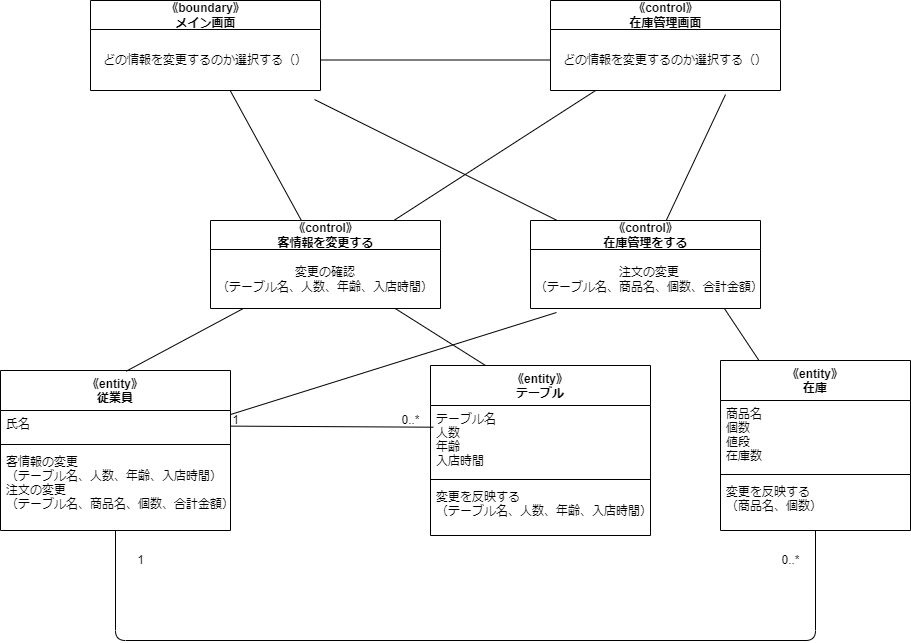
MasakiHiguchi/--- keeps this draw.io diagram as psp4/分析モデルのクラス図/分析モデルクラス図_情報変更.drawio.png. Above is the earlier version. Source tidied: cells renumbered, new cells last; positions are measured from the earlier drawing's top-left corner, leaving out a move shared by most shapes. Source of this version:
```xml
<mxGraphModel>
  <root>
    <mxCell id="0" />
    <mxCell id="1" parent="0" />
    <mxCell id="2" style="edgeStyle=none;html=1;entryX=0.113;entryY=1.068;entryDx=0;entryDy=0;entryPerimeter=0;endArrow=none;endFill=0;" parent="1" edge="1" source="3" target="28">
      <mxGeometry relative="1" as="geometry" />
    </mxCell>
    <mxCell id="3" value="《entity》&#10;従業員" style="swimlane;fontStyle=1;align=center;verticalAlign=top;horizontal=1;startSize=40;" parent="1" vertex="1">
      <mxGeometry y="370" width="230" height="160" as="geometry" />
    </mxCell>
    <mxCell id="4" value="氏名" style="text;strokeColor=none;fillColor=none;align=left;verticalAlign=top;spacingLeft=4;spacingRight=4;overflow=hidden;points=[[0,0.5],[1,0.5]];portConstraint=eastwest;" parent="3" vertex="1">
      <mxGeometry y="40" width="230" height="30" as="geometry" />
    </mxCell>
    <mxCell id="5" style="line;strokeWidth=1;fillColor=none;align=left;verticalAlign=middle;spacingTop=-1;spacingLeft=3;spacingRight=3;labelPosition=right;strokeColor=inherit;" parent="3" vertex="1">
      <mxGeometry y="70" width="230" height="8" as="geometry" />
    </mxCell>
    <mxCell id="6" value="客情報の変更&#10;（テーブル名、人数、年齢、入店時間）&#10;注文の変更&#10;（テーブル名、商品名、個数、合計金額）" style="text;strokeColor=none;fillColor=none;align=left;verticalAlign=top;spacingLeft=4;spacingRight=4;overflow=hidden;" parent="3" vertex="1">
      <mxGeometry y="78" width="230" height="82" as="geometry" />
    </mxCell>
    <mxCell id="7" value="《entity》&#10;テーブル" style="swimlane;fontStyle=1;align=center;verticalAlign=top;horizontal=1;startSize=40;" parent="1" vertex="1">
      <mxGeometry x="430" y="365" width="220" height="170" as="geometry" />
    </mxCell>
    <mxCell id="8" value="テーブル名&#10;人数&#10;年齢&#10;入店時間" style="text;strokeColor=none;fillColor=none;align=left;verticalAlign=top;spacingLeft=4;spacingRight=4;overflow=hidden;points=[[0,0.5],[1,0.5]];portConstraint=eastwest;" parent="7" vertex="1">
      <mxGeometry y="40" width="220" height="70" as="geometry" />
    </mxCell>
    <mxCell id="9" style="line;strokeWidth=1;fillColor=none;align=left;verticalAlign=middle;spacingTop=-1;spacingLeft=3;spacingRight=3;labelPosition=right;strokeColor=inherit;" parent="7" vertex="1">
      <mxGeometry y="110" width="220" height="8" as="geometry" />
    </mxCell>
    <mxCell id="10" value="変更を反映する&#10;（テーブル名、人数、年齢、入店時間）、" style="text;strokeColor=none;fillColor=none;align=left;verticalAlign=top;spacingLeft=4;spacingRight=4;overflow=hidden;" parent="7" vertex="1">
      <mxGeometry y="118" width="220" height="52" as="geometry" />
    </mxCell>
    <mxCell id="11" style="edgeStyle=none;html=1;entryX=0.013;entryY=0.31;entryDx=0;entryDy=0;entryPerimeter=0;endArrow=none;endFill=0;" parent="1" edge="1" source="4" target="8">
      <mxGeometry relative="1" as="geometry" />
    </mxCell>
    <mxCell id="12" value="1" style="text;html=1;align=center;verticalAlign=middle;strokeColor=none;fillColor=none;" parent="1" vertex="1">
      <mxGeometry x="220" y="405" width="30" height="30" as="geometry" />
    </mxCell>
    <mxCell id="13" value="0..*" style="text;html=1;align=center;verticalAlign=middle;strokeColor=none;fillColor=none;" parent="1" vertex="1">
      <mxGeometry x="390" y="405" width="40" height="30" as="geometry" />
    </mxCell>
    <mxCell id="14" style="edgeStyle=none;html=1;entryX=0.547;entryY=0.004;entryDx=0;entryDy=0;entryPerimeter=0;endArrow=none;endFill=0;" parent="1" edge="1" source="16" target="3">
      <mxGeometry relative="1" as="geometry" />
    </mxCell>
    <mxCell id="15" style="edgeStyle=none;html=1;entryX=0.25;entryY=0;entryDx=0;entryDy=0;endArrow=none;endFill=0;" parent="1" edge="1" source="16" target="7">
      <mxGeometry relative="1" as="geometry" />
    </mxCell>
    <mxCell id="16" value="《control》&lt;br&gt;客情報を変更する" style="swimlane;fontStyle=1;align=center;verticalAlign=middle;horizontal=1;startSize=29;html=1;" parent="1" vertex="1">
      <mxGeometry x="210" y="220" width="230" height="88" as="geometry" />
    </mxCell>
    <mxCell id="17" value="変更の確認&lt;br&gt;（テーブル名、人数、年齢、入店時間）" style="text;html=1;strokeColor=none;fillColor=none;align=center;verticalAlign=middle;spacingLeft=4;spacingRight=4;overflow=hidden;" parent="16" vertex="1">
      <mxGeometry y="29" width="230" height="59" as="geometry" />
    </mxCell>
    <mxCell id="18" style="edgeStyle=none;html=1;endArrow=none;endFill=0;" parent="1" edge="1" source="19" target="16">
      <mxGeometry relative="1" as="geometry" />
    </mxCell>
    <mxCell id="19" value="《boundary》&lt;br&gt;メイン画面" style="swimlane;fontStyle=1;align=center;verticalAlign=middle;horizontal=1;startSize=29;html=1;" parent="1" vertex="1">
      <mxGeometry x="90" width="230" height="90" as="geometry" />
    </mxCell>
    <mxCell id="20" value="どの情報を変更するのか選択する（）" style="text;html=1;strokeColor=none;fillColor=none;align=center;verticalAlign=middle;spacingLeft=4;spacingRight=4;overflow=hidden;points=[[0,0.5],[1,0.5]];portConstraint=eastwest;" parent="19" vertex="1">
      <mxGeometry y="29" width="230" height="61" as="geometry" />
    </mxCell>
    <mxCell id="21" style="edgeStyle=none;html=1;endArrow=none;endFill=0;" parent="1" edge="1" source="22" target="16">
      <mxGeometry relative="1" as="geometry" />
    </mxCell>
    <mxCell id="22" value="《control》&lt;br&gt;在庫管理画面" style="swimlane;fontStyle=1;align=center;verticalAlign=middle;horizontal=1;startSize=29;html=1;" parent="1" vertex="1">
      <mxGeometry x="550" width="230" height="90" as="geometry" />
    </mxCell>
    <mxCell id="23" value="どの情報を変更するのか選択する（）" style="text;html=1;strokeColor=none;fillColor=none;align=center;verticalAlign=middle;spacingLeft=4;spacingRight=4;overflow=hidden;points=[[0,0.5],[1,0.5]];portConstraint=eastwest;" parent="22" vertex="1">
      <mxGeometry y="29" width="230" height="61" as="geometry" />
    </mxCell>
    <mxCell id="24" style="edgeStyle=none;html=1;entryX=0;entryY=0.5;entryDx=0;entryDy=0;endArrow=none;endFill=0;" parent="1" edge="1" source="20" target="23">
      <mxGeometry relative="1" as="geometry" />
    </mxCell>
    <mxCell id="25" style="edgeStyle=none;html=1;entryX=0.974;entryY=1.148;entryDx=0;entryDy=0;entryPerimeter=0;endArrow=none;endFill=0;" parent="1" edge="1" source="27" target="20">
      <mxGeometry relative="1" as="geometry" />
    </mxCell>
    <mxCell id="26" style="edgeStyle=none;html=1;entryX=0.761;entryY=1.066;entryDx=0;entryDy=0;entryPerimeter=0;endArrow=none;endFill=0;" parent="1" edge="1" source="27" target="23">
      <mxGeometry relative="1" as="geometry" />
    </mxCell>
    <mxCell id="27" value="《control》&lt;br&gt;在庫管理をする" style="swimlane;fontStyle=1;align=center;verticalAlign=middle;horizontal=1;startSize=29;html=1;" parent="1" vertex="1">
      <mxGeometry x="530" y="220" width="230" height="88" as="geometry" />
    </mxCell>
    <mxCell id="28" value="注文の変更&lt;br&gt;（テーブル名、商品名、個数、合計金額）" style="text;html=1;strokeColor=none;fillColor=none;align=center;verticalAlign=middle;spacingLeft=4;spacingRight=4;overflow=hidden;points=[[0,0.5],[1,0.5]];portConstraint=eastwest;" parent="27" vertex="1">
      <mxGeometry y="29" width="230" height="59" as="geometry" />
    </mxCell>
    <mxCell id="29" style="edgeStyle=none;html=1;endArrow=none;endFill=0;" parent="1" edge="1" source="31" target="3">
      <mxGeometry relative="1" as="geometry">
        <Array as="points">
          <mxPoint x="815" y="640" />
          <mxPoint x="115" y="640" />
        </Array>
      </mxGeometry>
    </mxCell>
    <mxCell id="30" style="edgeStyle=none;html=1;entryX=0.843;entryY=1;entryDx=0;entryDy=0;entryPerimeter=0;endArrow=none;endFill=0;" parent="1" edge="1" source="31" target="28">
      <mxGeometry relative="1" as="geometry" />
    </mxCell>
    <mxCell id="31" value="《entity》&#10;在庫" style="swimlane;fontStyle=1;align=center;verticalAlign=top;horizontal=1;startSize=40;" parent="1" vertex="1">
      <mxGeometry x="720" y="360" width="190" height="170" as="geometry" />
    </mxCell>
    <mxCell id="32" value="商品名&#10;個数&#10;値段&#10;在庫数" style="text;strokeColor=none;fillColor=none;align=left;verticalAlign=top;spacingLeft=4;spacingRight=4;overflow=hidden;" parent="31" vertex="1">
      <mxGeometry y="40" width="190" height="70" as="geometry" />
    </mxCell>
    <mxCell id="33" style="line;strokeWidth=1;fillColor=none;align=left;verticalAlign=middle;spacingTop=-1;spacingLeft=3;spacingRight=3;labelPosition=right;strokeColor=inherit;" parent="31" vertex="1">
      <mxGeometry y="110" width="190" height="8" as="geometry" />
    </mxCell>
    <mxCell id="34" value="変更を反映する&#10;（商品名、個数）" style="text;strokeColor=none;fillColor=none;align=left;verticalAlign=top;spacingLeft=4;spacingRight=4;overflow=hidden;" parent="31" vertex="1">
      <mxGeometry y="118" width="190" height="52" as="geometry" />
    </mxCell>
    <mxCell id="35" value="1" style="text;html=1;align=center;verticalAlign=middle;strokeColor=none;fillColor=none;" parent="1" vertex="1">
      <mxGeometry x="125" y="545" width="30" height="30" as="geometry" />
    </mxCell>
    <mxCell id="36" value="0..*" style="text;html=1;align=center;verticalAlign=middle;strokeColor=none;fillColor=none;" parent="1" vertex="1">
      <mxGeometry x="770" y="545" width="40" height="30" as="geometry" />
    </mxCell>
  </root>
</mxGraphModel>
```
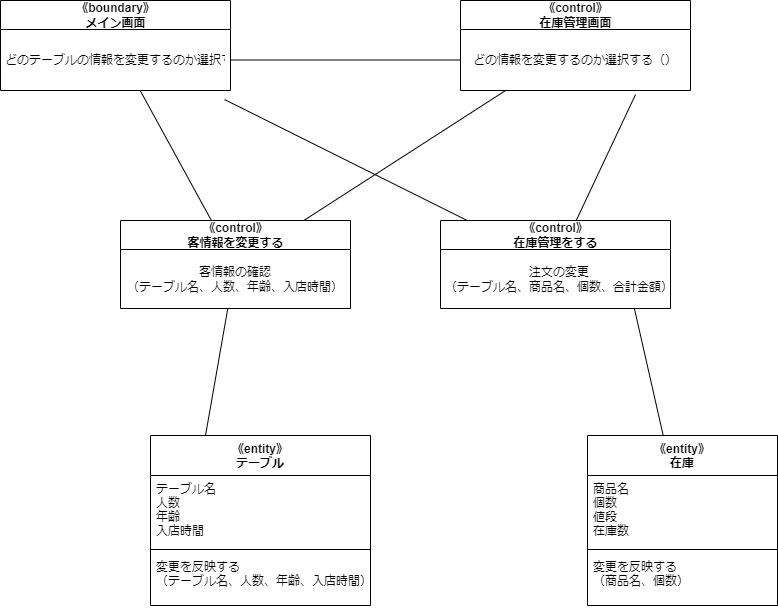
Later version of the same file.

The edit, as a diff of the source:
```diff
@@ -2,23 +2,8 @@
   <root>
     <mxCell id="0" />
     <mxCell id="1" parent="0" />
-    <mxCell id="2" style="edgeStyle=none;html=1;entryX=0.113;entryY=1.068;entryDx=0;entryDy=0;entryPerimeter=0;endArrow=none;endFill=0;" parent="1" edge="1" source="3" target="28">
-      <mxGeometry relative="1" as="geometry" />
-    </mxCell>
-    <mxCell id="3" value="《entity》&#10;従業員" style="swimlane;fontStyle=1;align=center;verticalAlign=top;horizontal=1;startSize=40;" parent="1" vertex="1">
-      <mxGeometry y="370" width="230" height="160" as="geometry" />
-    </mxCell>
-    <mxCell id="4" value="氏名" style="text;strokeColor=none;fillColor=none;align=left;verticalAlign=top;spacingLeft=4;spacingRight=4;overflow=hidden;points=[[0,0.5],[1,0.5]];portConstraint=eastwest;" parent="3" vertex="1">
-      <mxGeometry y="40" width="230" height="30" as="geometry" />
-    </mxCell>
-    <mxCell id="5" style="line;strokeWidth=1;fillColor=none;align=left;verticalAlign=middle;spacingTop=-1;spacingLeft=3;spacingRight=3;labelPosition=right;strokeColor=inherit;" parent="3" vertex="1">
-      <mxGeometry y="70" width="230" height="8" as="geometry" />
-    </mxCell>
-    <mxCell id="6" value="客情報の変更&#10;（テーブル名、人数、年齢、入店時間）&#10;注文の変更&#10;（テーブル名、商品名、個数、合計金額）" style="text;strokeColor=none;fillColor=none;align=left;verticalAlign=top;spacingLeft=4;spacingRight=4;overflow=hidden;" parent="3" vertex="1">
-      <mxGeometry y="78" width="230" height="82" as="geometry" />
-    </mxCell>
     <mxCell id="7" value="《entity》&#10;テーブル" style="swimlane;fontStyle=1;align=center;verticalAlign=top;horizontal=1;startSize=40;" parent="1" vertex="1">
-      <mxGeometry x="430" y="365" width="220" height="170" as="geometry" />
+      <mxGeometry x="240" y="435" width="220" height="170" as="geometry" />
     </mxCell>
     <mxCell id="8" value="テーブル名&#10;人数&#10;年齢&#10;入店時間" style="text;strokeColor=none;fillColor=none;align=left;verticalAlign=top;spacingLeft=4;spacingRight=4;overflow=hidden;points=[[0,0.5],[1,0.5]];portConstraint=eastwest;" parent="7" vertex="1">
       <mxGeometry y="40" width="220" height="70" as="geometry" />
@@ -29,25 +14,13 @@
     <mxCell id="10" value="変更を反映する&#10;（テーブル名、人数、年齢、入店時間）、" style="text;strokeColor=none;fillColor=none;align=left;verticalAlign=top;spacingLeft=4;spacingRight=4;overflow=hidden;" parent="7" vertex="1">
       <mxGeometry y="118" width="220" height="52" as="geometry" />
     </mxCell>
-    <mxCell id="11" style="edgeStyle=none;html=1;entryX=0.013;entryY=0.31;entryDx=0;entryDy=0;entryPerimeter=0;endArrow=none;endFill=0;" parent="1" edge="1" source="4" target="8">
-      <mxGeometry relative="1" as="geometry" />
-    </mxCell>
-    <mxCell id="12" value="1" style="text;html=1;align=center;verticalAlign=middle;strokeColor=none;fillColor=none;" parent="1" vertex="1">
-      <mxGeometry x="220" y="405" width="30" height="30" as="geometry" />
-    </mxCell>
-    <mxCell id="13" value="0..*" style="text;html=1;align=center;verticalAlign=middle;strokeColor=none;fillColor=none;" parent="1" vertex="1">
-      <mxGeometry x="390" y="405" width="40" height="30" as="geometry" />
-    </mxCell>
-    <mxCell id="14" style="edgeStyle=none;html=1;entryX=0.547;entryY=0.004;entryDx=0;entryDy=0;entryPerimeter=0;endArrow=none;endFill=0;" parent="1" edge="1" source="16" target="3">
-      <mxGeometry relative="1" as="geometry" />
-    </mxCell>
     <mxCell id="15" style="edgeStyle=none;html=1;entryX=0.25;entryY=0;entryDx=0;entryDy=0;endArrow=none;endFill=0;" parent="1" edge="1" source="16" target="7">
       <mxGeometry relative="1" as="geometry" />
     </mxCell>
     <mxCell id="16" value="《control》&lt;br&gt;客情報を変更する" style="swimlane;fontStyle=1;align=center;verticalAlign=middle;horizontal=1;startSize=29;html=1;" parent="1" vertex="1">
       <mxGeometry x="210" y="220" width="230" height="88" as="geometry" />
     </mxCell>
-    <mxCell id="17" value="変更の確認&lt;br&gt;（テーブル名、人数、年齢、入店時間）" style="text;html=1;strokeColor=none;fillColor=none;align=center;verticalAlign=middle;spacingLeft=4;spacingRight=4;overflow=hidden;" parent="16" vertex="1">
+    <mxCell id="17" value="客情報の確認&lt;br&gt;（テーブル名、人数、年齢、入店時間）" style="text;html=1;strokeColor=none;fillColor=none;align=center;verticalAlign=middle;spacingLeft=4;spacingRight=4;overflow=hidden;" parent="16" vertex="1">
       <mxGeometry y="29" width="230" height="59" as="geometry" />
     </mxCell>
     <mxCell id="18" style="edgeStyle=none;html=1;endArrow=none;endFill=0;" parent="1" edge="1" source="19" target="16">
@@ -56,7 +29,7 @@
     <mxCell id="19" value="《boundary》&lt;br&gt;メイン画面" style="swimlane;fontStyle=1;align=center;verticalAlign=middle;horizontal=1;startSize=29;html=1;" parent="1" vertex="1">
       <mxGeometry x="90" width="230" height="90" as="geometry" />
     </mxCell>
-    <mxCell id="20" value="どの情報を変更するのか選択する（）" style="text;html=1;strokeColor=none;fillColor=none;align=center;verticalAlign=middle;spacingLeft=4;spacingRight=4;overflow=hidden;points=[[0,0.5],[1,0.5]];portConstraint=eastwest;" parent="19" vertex="1">
+    <mxCell id="20" value="どのテーブルの情報を変更するのか選択する（）" style="text;html=1;strokeColor=none;fillColor=none;align=center;verticalAlign=middle;spacingLeft=4;spacingRight=4;overflow=hidden;points=[[0,0.5],[1,0.5]];portConstraint=eastwest;" parent="19" vertex="1">
       <mxGeometry y="29" width="230" height="61" as="geometry" />
     </mxCell>
     <mxCell id="21" style="edgeStyle=none;html=1;endArrow=none;endFill=0;" parent="1" edge="1" source="22" target="16">
@@ -83,19 +56,11 @@
     <mxCell id="28" value="注文の変更&lt;br&gt;（テーブル名、商品名、個数、合計金額）" style="text;html=1;strokeColor=none;fillColor=none;align=center;verticalAlign=middle;spacingLeft=4;spacingRight=4;overflow=hidden;points=[[0,0.5],[1,0.5]];portConstraint=eastwest;" parent="27" vertex="1">
       <mxGeometry y="29" width="230" height="59" as="geometry" />
     </mxCell>
-    <mxCell id="29" style="edgeStyle=none;html=1;endArrow=none;endFill=0;" parent="1" edge="1" source="31" target="3">
-      <mxGeometry relative="1" as="geometry">
-        <Array as="points">
-          <mxPoint x="815" y="640" />
-          <mxPoint x="115" y="640" />
-        </Array>
-      </mxGeometry>
-    </mxCell>
     <mxCell id="30" style="edgeStyle=none;html=1;entryX=0.843;entryY=1;entryDx=0;entryDy=0;entryPerimeter=0;endArrow=none;endFill=0;" parent="1" edge="1" source="31" target="28">
       <mxGeometry relative="1" as="geometry" />
     </mxCell>
     <mxCell id="31" value="《entity》&#10;在庫" style="swimlane;fontStyle=1;align=center;verticalAlign=top;horizontal=1;startSize=40;" parent="1" vertex="1">
-      <mxGeometry x="720" y="360" width="190" height="170" as="geometry" />
+      <mxGeometry x="677" y="435" width="190" height="170" as="geometry" />
     </mxCell>
     <mxCell id="32" value="商品名&#10;個数&#10;値段&#10;在庫数" style="text;strokeColor=none;fillColor=none;align=left;verticalAlign=top;spacingLeft=4;spacingRight=4;overflow=hidden;" parent="31" vertex="1">
       <mxGeometry y="40" width="190" height="70" as="geometry" />
@@ -106,11 +71,5 @@
     <mxCell id="34" value="変更を反映する&#10;（商品名、個数）" style="text;strokeColor=none;fillColor=none;align=left;verticalAlign=top;spacingLeft=4;spacingRight=4;overflow=hidden;" parent="31" vertex="1">
       <mxGeometry y="118" width="190" height="52" as="geometry" />
     </mxCell>
-    <mxCell id="35" value="1" style="text;html=1;align=center;verticalAlign=middle;strokeColor=none;fillColor=none;" parent="1" vertex="1">
-      <mxGeometry x="125" y="545" width="30" height="30" as="geometry" />
-    </mxCell>
-    <mxCell id="36" value="0..*" style="text;html=1;align=center;verticalAlign=middle;strokeColor=none;fillColor=none;" parent="1" vertex="1">
-      <mxGeometry x="770" y="545" width="40" height="30" as="geometry" />
-    </mxCell>
   </root>
 </mxGraphModel>
```
